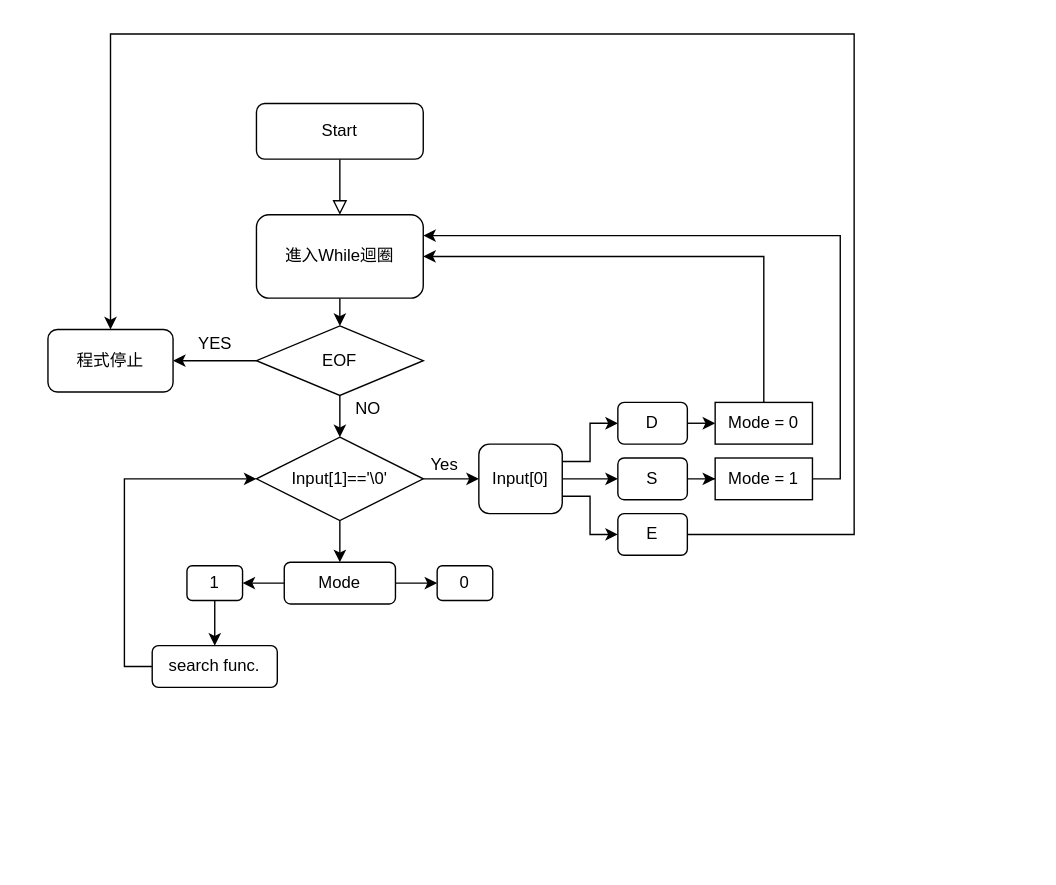
Earlier version of the draw.io diagram DS HW6.drawio (daniel100373/draw.io). Source tidied: cells renumbered, new cells numbered last; positions are measured from the earlier drawing's top-left corner, leaving out a move shared by most shapes. Both pictures are drawn from the tidied source at 139%, with x=0, y=0 at pixel (47, 33).
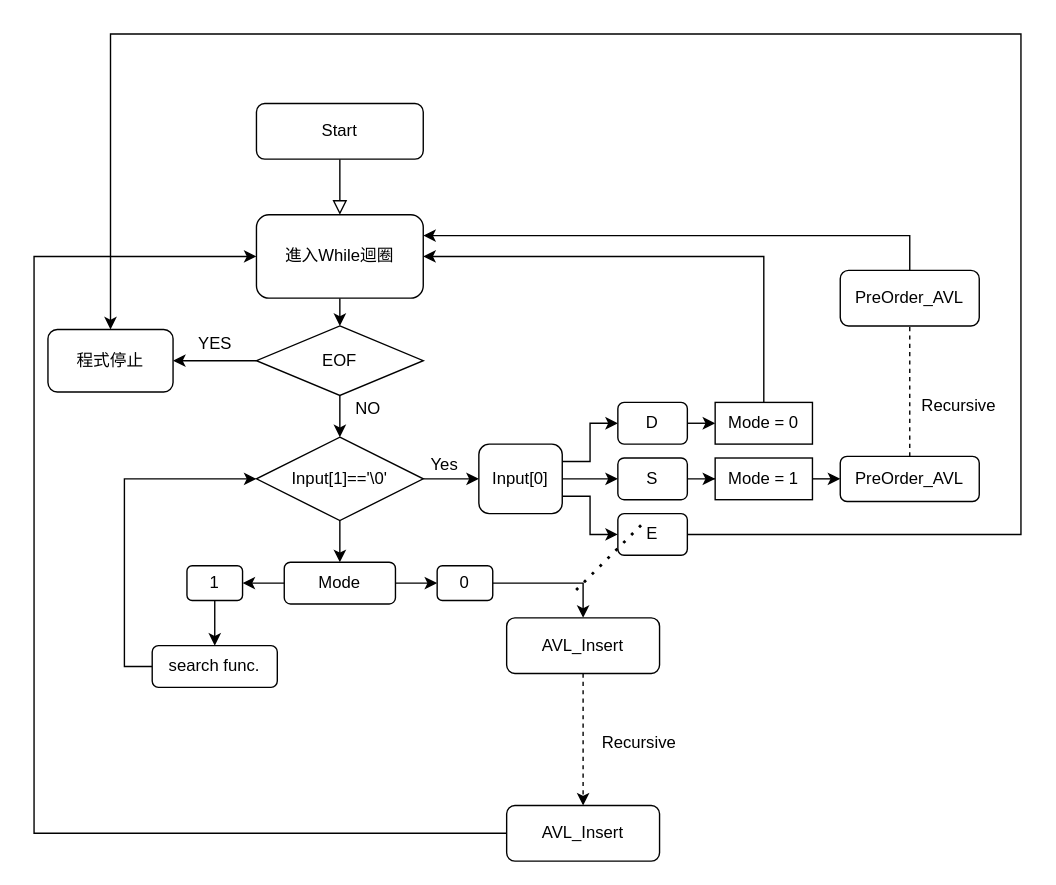
The same page after the edit.

The change refers to these unchanged cells:
```xml
<mxCell id="5" value="進入While迴圈" style="rounded=1;whiteSpace=wrap;html=1;" parent="1" vertex="1">
  <mxGeometry x="150" y="130" width="120" height="60" as="geometry" />
</mxCell>
<mxCell id="9" value="程式停止" style="rounded=1;whiteSpace=wrap;html=1;" parent="1" vertex="1">
  <mxGeometry y="212.5" width="90" height="45" as="geometry" />
</mxCell>
<mxCell id="26" value="E" style="rounded=1;whiteSpace=wrap;html=1;" parent="1" vertex="1">
  <mxGeometry x="410" y="345" width="50" height="30" as="geometry" />
</mxCell>
<mxCell id="28" value="Mode = 1" style="rounded=0;whiteSpace=wrap;html=1;" parent="1" vertex="1">
  <mxGeometry x="480" y="305" width="70" height="30" as="geometry" />
</mxCell>
<mxCell id="35" value="0" style="rounded=1;whiteSpace=wrap;html=1;" parent="1" vertex="1">
  <mxGeometry x="280" y="382.5" width="40" height="25" as="geometry" />
</mxCell>
```

Diff of the diagram source:
```diff
@@
     <mxCell id="25" style="edgeStyle=orthogonalEdgeStyle;rounded=0;jettySize=auto;html=1;exitX=1;exitY=0.5;exitDx=0;exitDy=0;entryX=0.5;entryY=0;entryDx=0;entryDy=0;" parent="1" edge="1" source="26" target="9">
       <mxGeometry relative="1" as="geometry">
         <Array as="points">
-          <mxPoint x="580" y="360" />
-          <mxPoint x="580" />
+          <mxPoint x="700" y="360" />
+          <mxPoint x="700" />
           <mxPoint x="45" />
         </Array>
       </mxGeometry>
     </mxCell>
@@
-    <mxCell id="27" style="edgeStyle=orthogonalEdgeStyle;rounded=0;jettySize=auto;html=1;exitX=1;exitY=0.5;exitDx=0;exitDy=0;entryX=1;entryY=0.25;entryDx=0;entryDy=0;" parent="1" edge="1" source="28" target="5">
-      <mxGeometry relative="1" as="geometry" />
-    </mxCell>
+    <mxCell id="38" style="edgeStyle=orthogonalEdgeStyle;rounded=0;jettySize=auto;html=1;exitX=1;exitY=0.5;exitDx=0;exitDy=0;entryX=0;entryY=0.5;entryDx=0;entryDy=0;" parent="1" edge="1" source="28" target="40">
+      <mxGeometry relative="1" as="geometry" />
+    </mxCell>
@@
+    <mxCell id="39" style="edgeStyle=orthogonalEdgeStyle;rounded=0;jettySize=auto;html=1;exitX=1;exitY=0.5;exitDx=0;exitDy=0;" parent="1" edge="1" source="35" target="46">
+      <mxGeometry relative="1" as="geometry" />
+    </mxCell>
@@
+    <mxCell id="40" value="PreOrder_AVL" style="rounded=1;whiteSpace=wrap;html=1;" parent="1" vertex="1">
+      <mxGeometry x="570" y="303.8" width="100" height="32.5" as="geometry" />
+    </mxCell>
+    <mxCell id="41" style="endArrow=none;dashed=1;html=1;entryX=0.5;entryY=1;entryDx=0;entryDy=0;" parent="1" edge="1" source="40" target="43">
+      <mxGeometry relative="1" as="geometry" />
+    </mxCell>
+    <mxCell id="42" style="edgeStyle=orthogonalEdgeStyle;rounded=0;jettySize=auto;html=1;exitX=0.5;exitY=0;exitDx=0;exitDy=0;entryX=1;entryY=0.25;entryDx=0;entryDy=0;" parent="1" edge="1" source="43" target="5">
+      <mxGeometry relative="1" as="geometry" />
+    </mxCell>
+    <mxCell id="43" value="PreOrder_AVL" style="rounded=1;whiteSpace=wrap;html=1;" parent="1" vertex="1">
+      <mxGeometry x="570" y="170" width="100" height="40" as="geometry" />
+    </mxCell>
+    <mxCell id="44" value="Recursive" style="text;html=1;align=center;verticalAlign=middle;" parent="1" vertex="1">
+      <mxGeometry x="620" y="257.5" width="70" height="20" as="geometry" />
+    </mxCell>
+    <mxCell id="45" style="edgeStyle=orthogonalEdgeStyle;rounded=0;jettySize=auto;html=1;exitX=0.5;exitY=1;exitDx=0;exitDy=0;dashed=1;" parent="1" edge="1" source="46" target="50">
+      <mxGeometry relative="1" as="geometry" />
+    </mxCell>
+    <mxCell id="46" value="AVL_Insert" style="rounded=1;whiteSpace=wrap;html=1;" parent="1" vertex="1">
+      <mxGeometry x="330" y="420" width="110" height="40" as="geometry" />
+    </mxCell>
+    <mxCell id="47" value="Recursive" style="text;html=1;align=center;verticalAlign=middle;" parent="1" vertex="1">
+      <mxGeometry x="390" y="500" width="70" height="20" as="geometry" />
+    </mxCell>
+    <mxCell id="48" style="endArrow=none;dashed=1;html=1;dashPattern=1 3;strokeWidth=2;" parent="1" edge="1">
+      <mxGeometry relative="1" as="geometry">
+        <mxPoint x="380" y="400" as="sourcePoint" />
+        <mxPoint x="430" y="350" as="targetPoint" />
+      </mxGeometry>
+    </mxCell>
+    <mxCell id="49" style="edgeStyle=orthogonalEdgeStyle;rounded=0;jettySize=auto;html=1;exitX=0;exitY=0.5;exitDx=0;exitDy=0;entryX=0;entryY=0.5;entryDx=0;entryDy=0;" parent="1" edge="1" source="50" target="5">
+      <mxGeometry relative="1" as="geometry">
+        <Array as="points">
+          <mxPoint x="-10" y="575" />
+          <mxPoint x="-10" y="160" />
+        </Array>
+      </mxGeometry>
+    </mxCell>
+    <mxCell id="50" value="AVL_Insert" style="rounded=1;whiteSpace=wrap;html=1;" parent="1" vertex="1">
+      <mxGeometry x="330" y="555" width="110" height="40" as="geometry" />
+    </mxCell>
```
